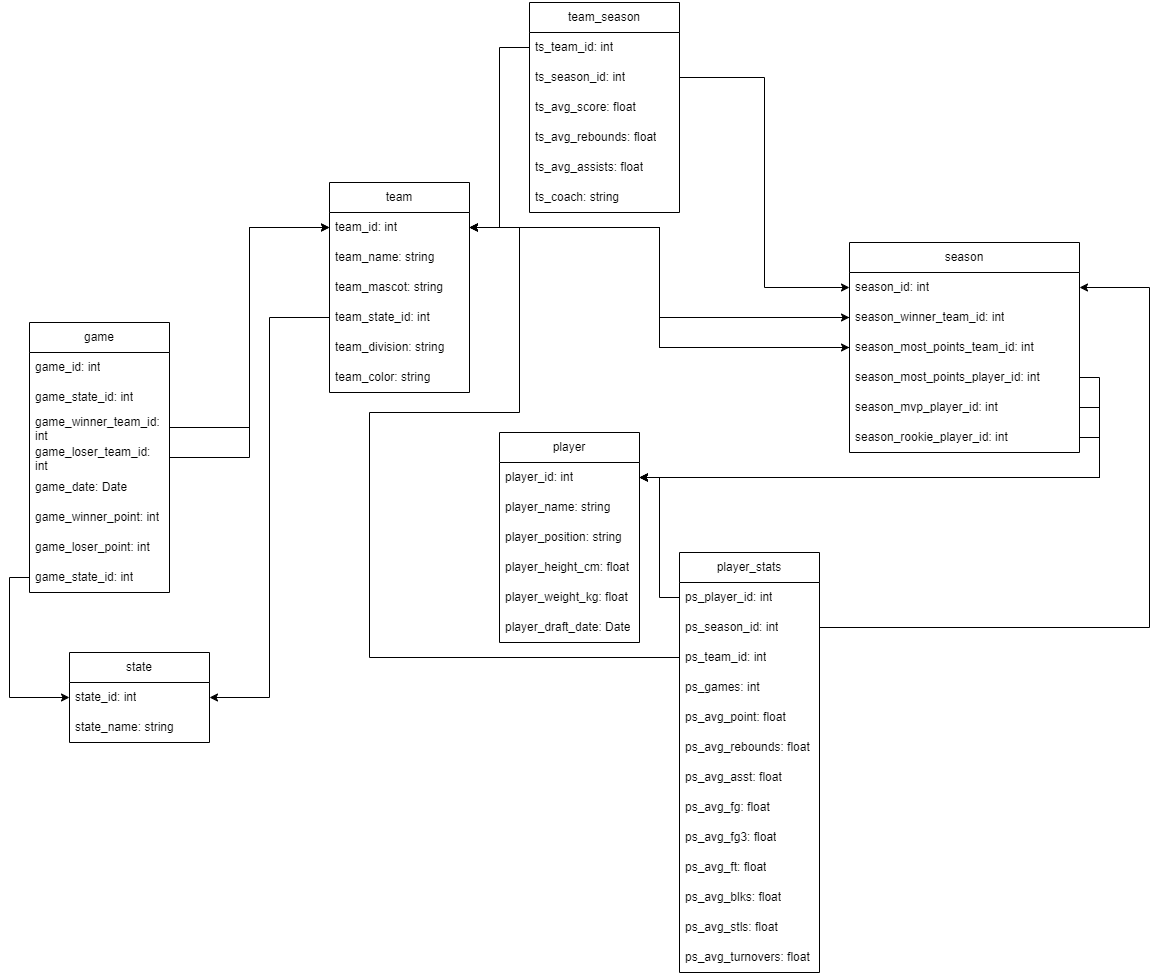
The draw.io diagram er_diagram.drawio.png in Fin-NewWin/cse111-project, before a commit. Source tidied: cells renumbered, new cells last; positions are measured from the earlier drawing's top-left corner, leaving out a move shared by most shapes.
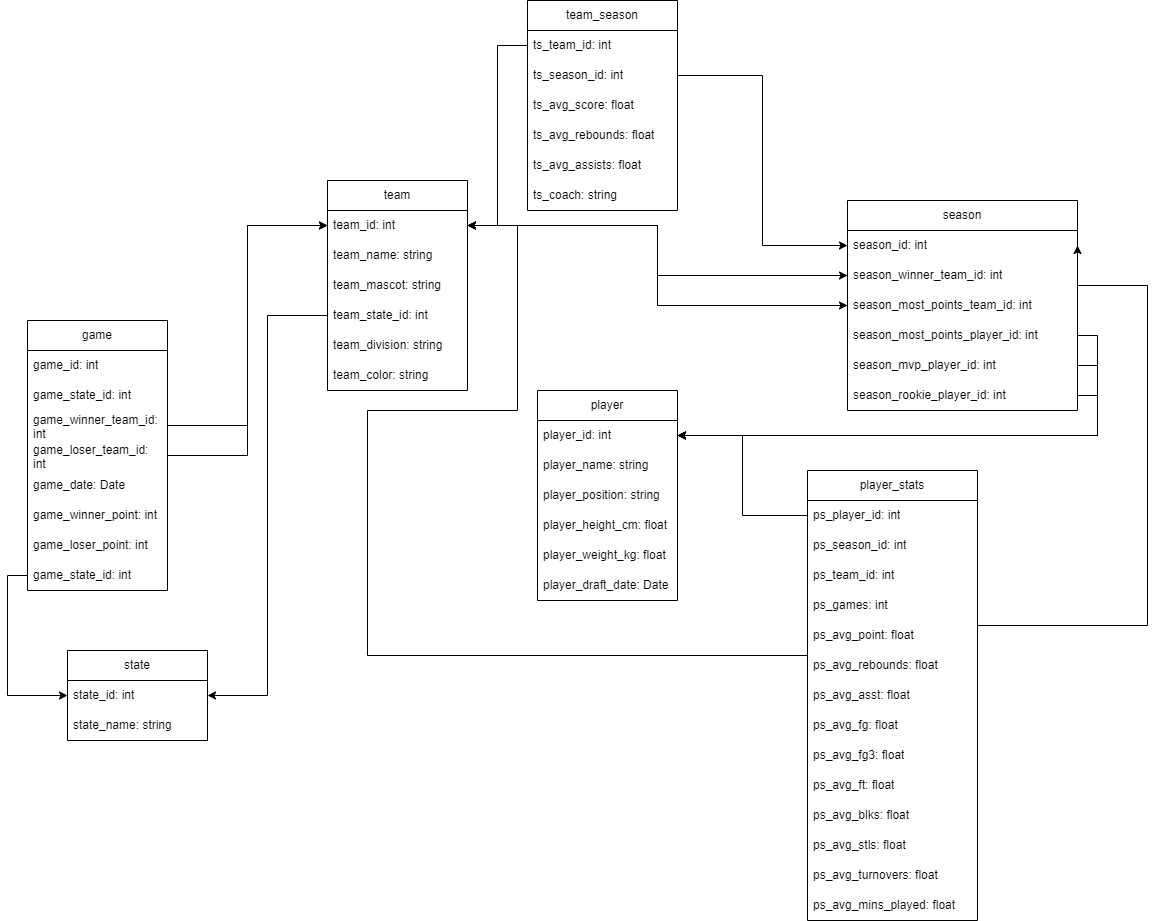
After the commit.

Diff of the diagram source:
```diff
@@ -24,7 +24,7 @@
       <mxGeometry y="180" width="140" height="30" as="geometry" />
     </mxCell>
     <mxCell id="9" value="player" style="swimlane;fontStyle=0;horizontal=1;startSize=30;whiteSpace=wrap;html=1;" parent="1" vertex="1">
-      <mxGeometry x="470" y="430" width="140" height="210" as="geometry" />
+      <mxGeometry x="510" y="390" width="140" height="210" as="geometry" />
     </mxCell>
     <mxCell id="10" value="player_id: int" style="text;strokeColor=none;fillColor=none;align=left;verticalAlign=middle;spacingLeft=4;spacingRight=4;overflow=hidden;points=[[0,0.5],[1,0.5]];portConstraint=eastwest;whiteSpace=wrap;html=1;" parent="9" vertex="1">
       <mxGeometry y="30" width="140" height="30" as="geometry" />
@@ -78,49 +78,52 @@
       <mxGeometry relative="1" as="geometry" />
     </mxCell>
     <mxCell id="27" value="player_stats" style="swimlane;fontStyle=0;horizontal=1;startSize=30;whiteSpace=wrap;html=1;" parent="1" vertex="1">
-      <mxGeometry x="650" y="550" width="140" height="420" as="geometry" />
+      <mxGeometry x="780" y="470" width="170" height="450" as="geometry" />
     </mxCell>
     <mxCell id="28" value="ps_player_id: int" style="text;strokeColor=none;fillColor=none;align=left;verticalAlign=middle;spacingLeft=4;spacingRight=4;overflow=hidden;points=[[0,0.5],[1,0.5]];portConstraint=eastwest;whiteSpace=wrap;html=1;" parent="27" vertex="1">
-      <mxGeometry y="30" width="140" height="30" as="geometry" />
+      <mxGeometry y="30" width="170" height="30" as="geometry" />
     </mxCell>
     <mxCell id="29" value="ps_season_id: int" style="text;strokeColor=none;fillColor=none;align=left;verticalAlign=middle;spacingLeft=4;spacingRight=4;overflow=hidden;points=[[0,0.5],[1,0.5]];portConstraint=eastwest;whiteSpace=wrap;html=1;" parent="27" vertex="1">
-      <mxGeometry y="60" width="140" height="30" as="geometry" />
+      <mxGeometry y="60" width="170" height="30" as="geometry" />
     </mxCell>
     <mxCell id="30" value="ps_team_id: int" style="text;strokeColor=none;fillColor=none;align=left;verticalAlign=middle;spacingLeft=4;spacingRight=4;overflow=hidden;points=[[0,0.5],[1,0.5]];portConstraint=eastwest;whiteSpace=wrap;html=1;" parent="27" vertex="1">
-      <mxGeometry y="90" width="140" height="30" as="geometry" />
+      <mxGeometry y="90" width="170" height="30" as="geometry" />
     </mxCell>
     <mxCell id="31" value="ps_games: int" style="text;strokeColor=none;fillColor=none;align=left;verticalAlign=middle;spacingLeft=4;spacingRight=4;overflow=hidden;whiteSpace=wrap;html=1;" parent="27" vertex="1">
-      <mxGeometry y="120" width="140" height="30" as="geometry" />
+      <mxGeometry y="120" width="170" height="30" as="geometry" />
     </mxCell>
     <mxCell id="32" value="ps_avg_point: float" style="text;strokeColor=none;fillColor=none;align=left;verticalAlign=middle;spacingLeft=4;spacingRight=4;overflow=hidden;whiteSpace=wrap;html=1;" parent="27" vertex="1">
-      <mxGeometry y="150" width="140" height="30" as="geometry" />
+      <mxGeometry y="150" width="170" height="30" as="geometry" />
     </mxCell>
     <mxCell id="33" value="ps_avg_rebounds: float" style="text;strokeColor=none;fillColor=none;align=left;verticalAlign=middle;spacingLeft=4;spacingRight=4;overflow=hidden;whiteSpace=wrap;html=1;" parent="27" vertex="1">
-      <mxGeometry y="180" width="140" height="30" as="geometry" />
+      <mxGeometry y="180" width="170" height="30" as="geometry" />
     </mxCell>
     <mxCell id="34" value="ps_avg_asst: float" style="text;strokeColor=none;fillColor=none;align=left;verticalAlign=middle;spacingLeft=4;spacingRight=4;overflow=hidden;whiteSpace=wrap;html=1;" parent="27" vertex="1">
-      <mxGeometry y="210" width="140" height="30" as="geometry" />
+      <mxGeometry y="210" width="170" height="30" as="geometry" />
     </mxCell>
     <mxCell id="35" value="ps_avg_fg: float" style="text;strokeColor=none;fillColor=none;align=left;verticalAlign=middle;spacingLeft=4;spacingRight=4;overflow=hidden;whiteSpace=wrap;html=1;" parent="27" vertex="1">
-      <mxGeometry y="240" width="140" height="30" as="geometry" />
+      <mxGeometry y="240" width="170" height="30" as="geometry" />
     </mxCell>
     <mxCell id="36" value="ps_avg_fg3: float" style="text;strokeColor=none;fillColor=none;align=left;verticalAlign=middle;spacingLeft=4;spacingRight=4;overflow=hidden;whiteSpace=wrap;html=1;" parent="27" vertex="1">
-      <mxGeometry y="270" width="140" height="30" as="geometry" />
+      <mxGeometry y="270" width="170" height="30" as="geometry" />
     </mxCell>
     <mxCell id="37" value="ps_avg_ft: float" style="text;strokeColor=none;fillColor=none;align=left;verticalAlign=middle;spacingLeft=4;spacingRight=4;overflow=hidden;whiteSpace=wrap;html=1;strokeWidth=0;" parent="27" vertex="1">
-      <mxGeometry y="300" width="140" height="30" as="geometry" />
+      <mxGeometry y="300" width="170" height="30" as="geometry" />
     </mxCell>
     <mxCell id="38" value="ps_avg_blks: float" style="text;strokeColor=none;fillColor=none;align=left;verticalAlign=middle;spacingLeft=4;spacingRight=4;overflow=hidden;whiteSpace=wrap;html=1;strokeWidth=0;" parent="27" vertex="1">
-      <mxGeometry y="330" width="140" height="30" as="geometry" />
+      <mxGeometry y="330" width="170" height="30" as="geometry" />
     </mxCell>
     <mxCell id="39" value="ps_avg_stls: float" style="text;strokeColor=none;fillColor=none;align=left;verticalAlign=middle;spacingLeft=4;spacingRight=4;overflow=hidden;whiteSpace=wrap;html=1;strokeWidth=0;" parent="27" vertex="1">
-      <mxGeometry y="360" width="140" height="30" as="geometry" />
+      <mxGeometry y="360" width="170" height="30" as="geometry" />
     </mxCell>
     <mxCell id="40" value="ps_avg_turnovers: float" style="text;strokeColor=none;fillColor=none;align=left;verticalAlign=middle;spacingLeft=4;spacingRight=4;overflow=hidden;whiteSpace=wrap;html=1;strokeWidth=0;" parent="27" vertex="1">
-      <mxGeometry y="390" width="140" height="30" as="geometry" />
+      <mxGeometry y="390" width="170" height="30" as="geometry" />
     </mxCell>
+    <mxCell id="72" value="ps_avg_mins_played: float" style="text;strokeColor=none;fillColor=none;align=left;verticalAlign=middle;spacingLeft=4;spacingRight=4;overflow=hidden;whiteSpace=wrap;html=1;strokeWidth=0;" parent="27" vertex="1">
+      <mxGeometry y="420" width="170" height="30" as="geometry" />
+    </mxCell>
     <mxCell id="41" value="season" style="swimlane;fontStyle=0;horizontal=1;startSize=30;whiteSpace=wrap;html=1;" parent="1" vertex="1">
-      <mxGeometry x="820" y="240" width="230" height="210" as="geometry" />
+      <mxGeometry x="820" y="200" width="230" height="210" as="geometry" />
     </mxCell>
     <mxCell id="42" value="season_id: int" style="text;strokeColor=none;fillColor=none;align=left;verticalAlign=middle;spacingLeft=4;spacingRight=4;overflow=hidden;points=[[0,0.5],[1,0.5]];portConstraint=eastwest;whiteSpace=wrap;html=1;" parent="41" vertex="1">
       <mxGeometry y="30" width="230" height="30" as="geometry" />
```
